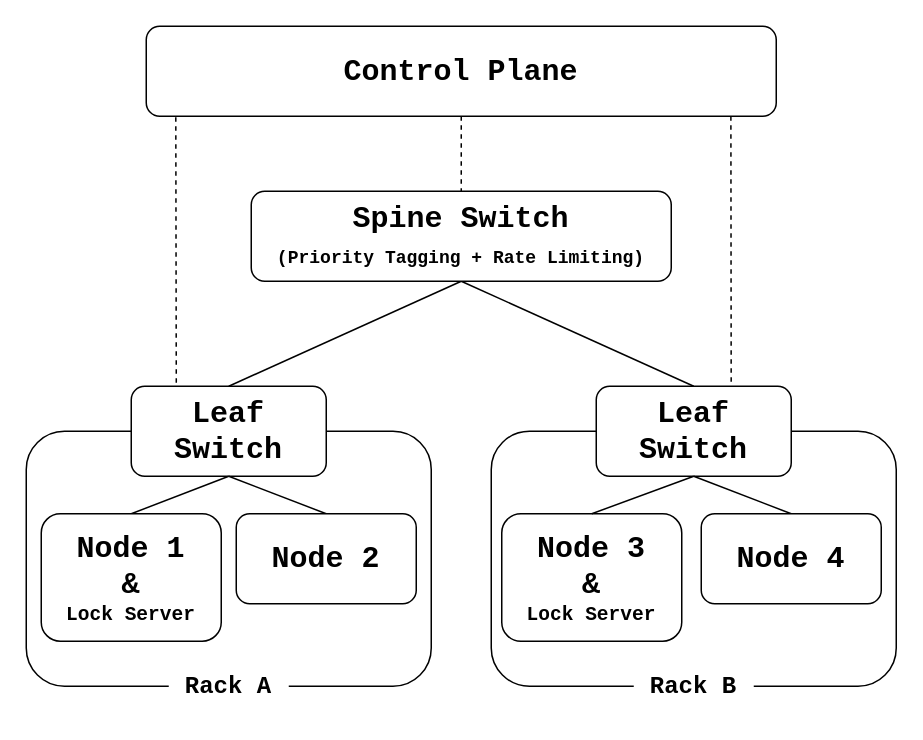
This is docs/diagram/system_architecture.drawio from Chiang-Chen-An/multi-rack-netlock, a draw.io file, before an edit. Source tidied: cells renumbered, new cells numbered last; positions are measured from the earlier drawing's top-left corner, leaving out a move shared by most shapes. Both pictures are drawn from the tidied source at 150%, with x=0, y=0 at pixel (26, 26).
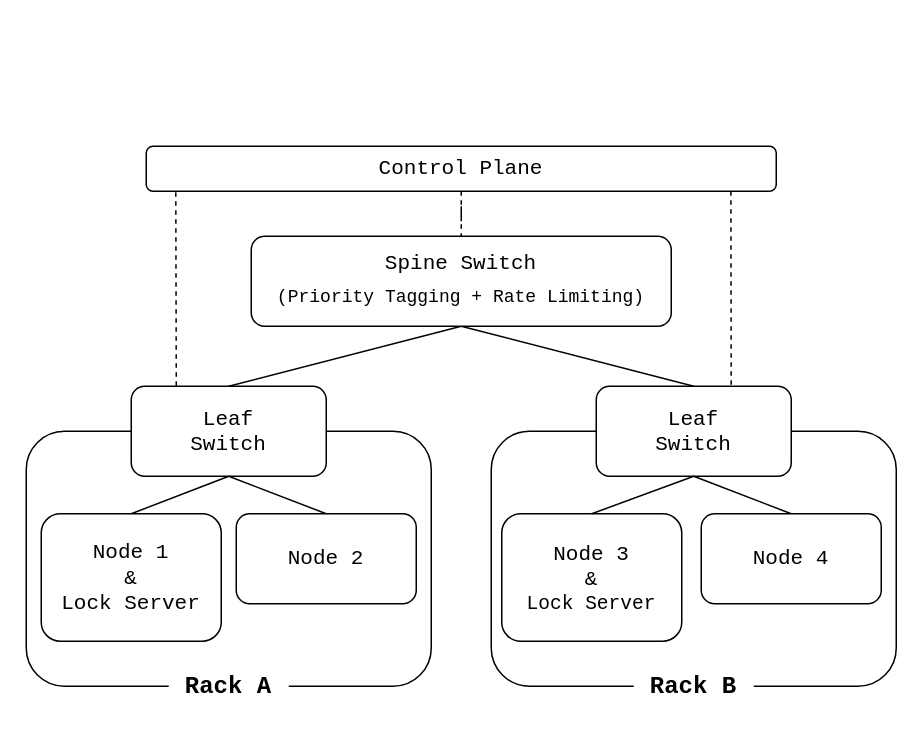
Above is the later version.

Change to the diagram source:
```diff
@@
-    <mxCell id="4" value="&lt;font face=&quot;Courier New&quot; style=&quot;font-size: 20px;&quot;&gt;&lt;b style=&quot;&quot;&gt;Spine Switch&lt;/b&gt;&lt;/font&gt;&lt;div&gt;&lt;font face=&quot;Courier New&quot;&gt;&lt;b&gt;(Priority Tagging + Rate Limiting)&lt;/b&gt;&lt;/font&gt;&lt;font face=&quot;Courier New&quot; style=&quot;font-size: 20px;&quot;&gt;&lt;b style=&quot;&quot;&gt;&lt;/b&gt;&lt;/font&gt;&lt;/div&gt;" style="rounded=1;whiteSpace=wrap;html=1;" parent="1" vertex="1">
-      <mxGeometry x="150" y="110" width="280" height="60" as="geometry" />
+    <mxCell id="4" value="&lt;font face=&quot;Courier New&quot; style=&quot;font-size: 14px;&quot;&gt;Spine Switch&lt;/font&gt;&lt;div&gt;&lt;font face=&quot;Courier New&quot;&gt;(Priority Tagging + Rate Limiting)&lt;/font&gt;&lt;font face=&quot;Courier New&quot; style=&quot;font-size: 20px;&quot;&gt;&lt;b style=&quot;&quot;&gt;&lt;/b&gt;&lt;/font&gt;&lt;/div&gt;" style="rounded=1;whiteSpace=wrap;html=1;" parent="1" vertex="1">
+      <mxGeometry x="150" y="140" width="280" height="60" as="geometry" />
     </mxCell>
@@
-    <mxCell id="7" value="&lt;font face=&quot;Courier New&quot; style=&quot;font-size: 20px;&quot;&gt;&lt;b style=&quot;&quot;&gt;Leaf&lt;/b&gt;&lt;/font&gt;&lt;div&gt;&lt;font face=&quot;Courier New&quot; style=&quot;font-size: 20px;&quot;&gt;&lt;b style=&quot;&quot;&gt;Switch&lt;/b&gt;&lt;/font&gt;&lt;/div&gt;" style="rounded=1;whiteSpace=wrap;html=1;" parent="1" vertex="1">
+    <mxCell id="7" value="&lt;font face=&quot;Courier New&quot; style=&quot;font-size: 14px;&quot;&gt;Leaf&lt;/font&gt;&lt;div&gt;&lt;font face=&quot;Courier New&quot; style=&quot;font-size: 14px;&quot;&gt;Switch&lt;/font&gt;&lt;/div&gt;" style="rounded=1;whiteSpace=wrap;html=1;" parent="1" vertex="1">
       <mxGeometry x="70" y="240" width="130" height="60" as="geometry" />
     </mxCell>
@@
-    <mxCell id="9" value="&lt;b&gt;&lt;font face=&quot;Courier New&quot; style=&quot;font-size: 20px;&quot;&gt;Node 1&lt;/font&gt;&lt;/b&gt;&lt;div&gt;&lt;font face=&quot;Courier New&quot;&gt;&lt;span style=&quot;font-size: 20px;&quot;&gt;&lt;b&gt;&amp;amp;&lt;br&gt;&lt;/b&gt;&lt;/span&gt;&lt;/font&gt;&lt;div&gt;&lt;b&gt;&lt;font face=&quot;Courier New&quot; style=&quot;font-size: 13px;&quot;&gt;Lock Server&lt;/font&gt;&lt;/b&gt;&lt;/div&gt;&lt;/div&gt;" style="rounded=1;whiteSpace=wrap;html=1;" parent="1" vertex="1">
+    <mxCell id="9" value="&lt;font face=&quot;Courier New&quot; style=&quot;font-size: 14px;&quot;&gt;Node 1&lt;/font&gt;&lt;div&gt;&lt;font face=&quot;Courier New&quot; style=&quot;font-size: 14px;&quot;&gt;&amp;amp;&lt;br&gt;&lt;/font&gt;&lt;div&gt;&lt;font face=&quot;Courier New&quot; style=&quot;font-size: 14px;&quot;&gt;Lock Server&lt;/font&gt;&lt;/div&gt;&lt;/div&gt;" style="rounded=1;whiteSpace=wrap;html=1;" parent="1" vertex="1">
       <mxGeometry x="10" y="325" width="120" height="85" as="geometry" />
     </mxCell>
@@
-    <mxCell id="11" value="&lt;b&gt;&lt;font face=&quot;Courier New&quot; style=&quot;font-size: 20px;&quot;&gt;Node 2&lt;/font&gt;&lt;/b&gt;" style="rounded=1;whiteSpace=wrap;html=1;" parent="1" vertex="1">
+    <mxCell id="11" value="&lt;font face=&quot;Courier New&quot; style=&quot;font-size: 14px;&quot;&gt;Node 2&lt;/font&gt;" style="rounded=1;whiteSpace=wrap;html=1;" parent="1" vertex="1">
       <mxGeometry x="140" y="325" width="120" height="60" as="geometry" />
     </mxCell>
@@
-    <mxCell id="14" value="&lt;font face=&quot;Courier New&quot; style=&quot;font-size: 20px;&quot;&gt;&lt;b style=&quot;&quot;&gt;Leaf&lt;/b&gt;&lt;/font&gt;&lt;div&gt;&lt;font face=&quot;Courier New&quot; style=&quot;font-size: 20px;&quot;&gt;&lt;b style=&quot;&quot;&gt;Switch&lt;/b&gt;&lt;/font&gt;&lt;/div&gt;" style="rounded=1;whiteSpace=wrap;html=1;" parent="1" vertex="1">
+    <mxCell id="14" value="&lt;font face=&quot;Courier New&quot; style=&quot;font-size: 14px;&quot;&gt;Leaf&lt;/font&gt;&lt;div&gt;&lt;font face=&quot;Courier New&quot; style=&quot;font-size: 14px;&quot;&gt;Switch&lt;/font&gt;&lt;/div&gt;" style="rounded=1;whiteSpace=wrap;html=1;" parent="1" vertex="1">
       <mxGeometry x="380" y="240" width="130" height="60" as="geometry" />
     </mxCell>
@@
-    <mxCell id="16" value="&lt;b&gt;&lt;font face=&quot;Courier New&quot; style=&quot;font-size: 20px;&quot;&gt;Node 4&lt;/font&gt;&lt;/b&gt;" style="rounded=1;whiteSpace=wrap;html=1;" parent="1" vertex="1">
+    <mxCell id="16" value="&lt;font face=&quot;Courier New&quot; style=&quot;font-size: 14px;&quot;&gt;Node 4&lt;/font&gt;" style="rounded=1;whiteSpace=wrap;html=1;" parent="1" vertex="1">
       <mxGeometry x="450" y="325" width="120" height="60" as="geometry" />
     </mxCell>
-    <mxCell id="17" value="&lt;b&gt;&lt;font face=&quot;Courier New&quot; style=&quot;font-size: 20px;&quot;&gt;Node 3&lt;/font&gt;&lt;/b&gt;&lt;div&gt;&lt;font face=&quot;Courier New&quot;&gt;&lt;span style=&quot;font-size: 20px;&quot;&gt;&lt;b&gt;&amp;amp;&lt;br&gt;&lt;/b&gt;&lt;/span&gt;&lt;/font&gt;&lt;div&gt;&lt;b&gt;&lt;font face=&quot;Courier New&quot; style=&quot;font-size: 13px;&quot;&gt;Lock Server&lt;/font&gt;&lt;/b&gt;&lt;/div&gt;&lt;/div&gt;" style="rounded=1;whiteSpace=wrap;html=1;" parent="1" vertex="1">
+    <mxCell id="17" value="&lt;font face=&quot;Courier New&quot; style=&quot;font-size: 14px;&quot;&gt;Node 3&lt;/font&gt;&lt;div&gt;&lt;font face=&quot;Courier New&quot;&gt;&lt;span style=&quot;font-size: 14px;&quot;&gt;&amp;amp;&lt;br&gt;&lt;/span&gt;&lt;/font&gt;&lt;div&gt;&lt;div&gt;&lt;font face=&quot;Courier New&quot; style=&quot;font-size: 13px;&quot;&gt;Lock Server&lt;/font&gt;&lt;/div&gt;&lt;/div&gt;&lt;/div&gt;" style="rounded=1;whiteSpace=wrap;html=1;" parent="1" vertex="1">
       <mxGeometry x="317" y="325" width="120" height="85" as="geometry" />
     </mxCell>
     <mxCell id="18" style="rounded=0;jettySize=auto;html=1;entryX=0.231;entryY=-0.001;entryDx=0;entryDy=0;dashed=1;exitX=0.047;exitY=1.014;exitDx=0;exitDy=0;exitPerimeter=0;endArrow=none;endFill=0;entryPerimeter=0;" parent="1" edge="1" target="7">
       <mxGeometry relative="1" as="geometry">
-        <mxPoint x="99.7" y="60.7" as="sourcePoint" />
+        <mxPoint x="99.7" y="110.7" as="sourcePoint" />
       </mxGeometry>
     </mxCell>
@@
-    <mxCell id="20" value="&lt;font style=&quot;font-size: 20px;&quot; face=&quot;Courier New&quot;&gt;&lt;b style=&quot;&quot;&gt;Control Plane&lt;/b&gt;&lt;/font&gt;" style="rounded=1;whiteSpace=wrap;html=1;" parent="1" vertex="1">
-      <mxGeometry x="80" width="420" height="60" as="geometry" />
+    <mxCell id="20" value="&lt;font face=&quot;Courier New&quot; style=&quot;font-size: 14px;&quot;&gt;Control Plane&lt;/font&gt;" style="rounded=1;whiteSpace=wrap;html=1;" parent="1" vertex="1">
+      <mxGeometry x="80" y="80" width="420" height="30" as="geometry" />
     </mxCell>
```
